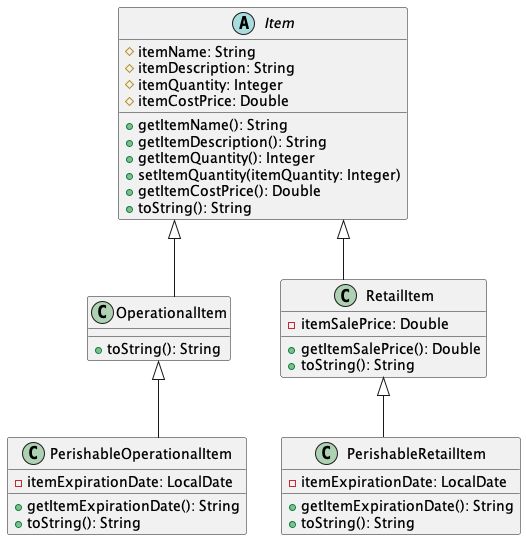
This is docs/images/ItemClassDiagram.png from AY2324S2-CS2113T-T09-2/tp, a PlantUML export, as it was before one commit.
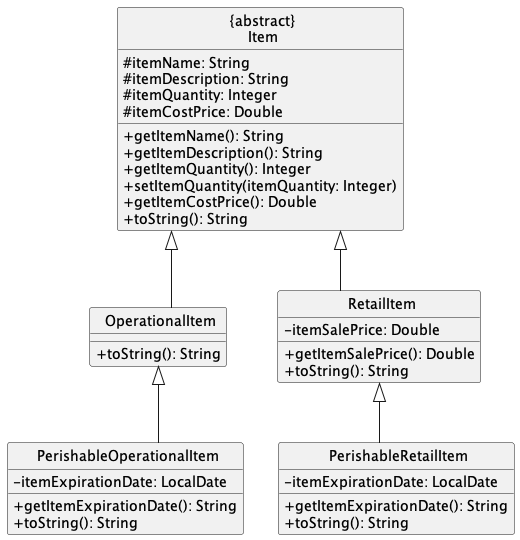
Later version of the same file.

The edit, as a diff of the source:
```diff
@@ -1,8 +1,11 @@
 @startuml
 
 skinparam linetype ortho
+skinparam classAttributeIconSize 0
+skinparam CircledCharacterFontSize 0
+skinparam CircledCharacterRadius 0
 
-abstract class Item {
+class "{abstract}\nItem" {
     # itemName: String
     # itemDescription: String
     # itemQuantity: Integer
@@ -41,8 +44,8 @@
     + toString(): String
 }
 
-Item <|-- OperationalItem
-Item <|-- RetailItem
+"{abstract}\nItem" <|-- OperationalItem
+"{abstract}\nItem" <|-- RetailItem
 
 OperationalItem <|-- PerishableOperationalItem
 RetailItem <|-- PerishableRetailItem
```
